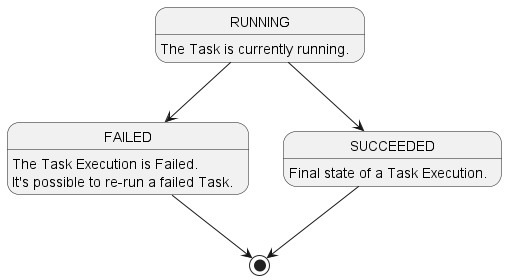
The PlantUML diagram docs/images/task_execution_states.png in amabok/ebbs-and-flows, before a commit. Its diagram source:
```plantuml
@startuml Task Execution States

RUNNING: The Task is currently running.
RUNNING --> FAILED
RUNNING --> SUCCEEDED

FAILED: The Task Execution is Failed.
FAILED: It's possible to re-run a failed Task.
FAILED --> [*]

SUCCEEDED: Final state of a Task Execution.
SUCCEEDED --> [*]

@enduml
```
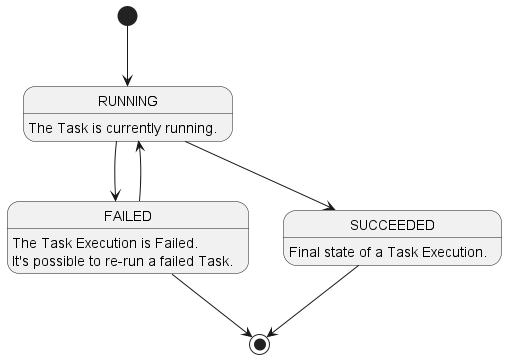
The same file after the commit.

Commit message:
Updated documentation: corrected typos, diagrams and unecessary files

The edit, as a diff of the source:
```diff
@@ -1,11 +1,13 @@
 @startuml Task Execution States
 
+[*] --> RUNNING
 RUNNING: The Task is currently running.
 RUNNING --> FAILED
 RUNNING --> SUCCEEDED
 
 FAILED: The Task Execution is Failed.
 FAILED: It's possible to re-run a failed Task.
+FAILED --> RUNNING
 FAILED --> [*]
 
 SUCCEEDED: Final state of a Task Execution.
```
